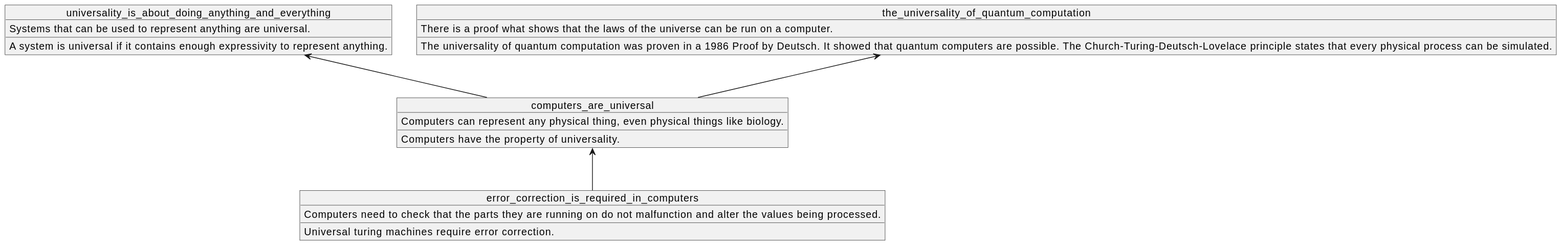
ceramic-sf/ceramic-sf.github.io keeps this PlantUML diagram as docs/assets/images_quick_boi/bolq_diagram_error_correction_is_required_in_computers/bolq_diagram_error_correction_is_required_in_computers.svg. Above is the earlier version.
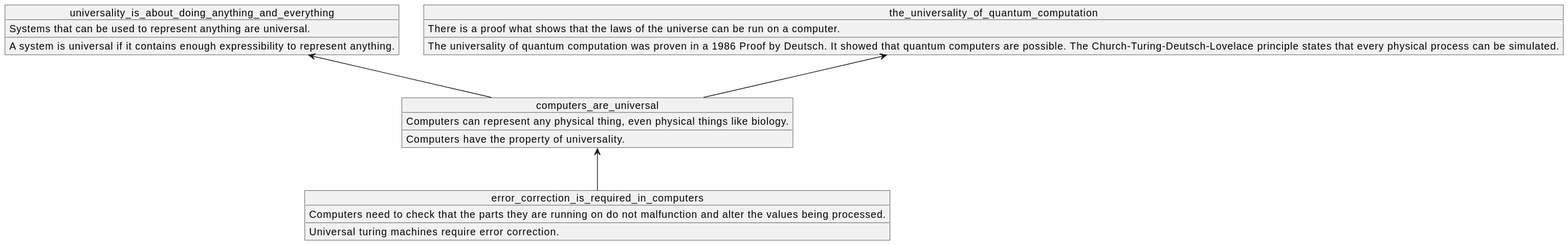
The same diagram one commit later.

Change to the diagram source:
```diff
@@ -18,7 +18,7 @@
 object universality_is_about_doing_anything_and_everything {
 Systems that can be used to represent anything are universal.
 ____
-A system is universal if it contains enough expressivity to represent anything.
+A system is universal if it contains enough expressibility to represent anything.
 }
 
 object the_universality_of_quantum_computation {
```
